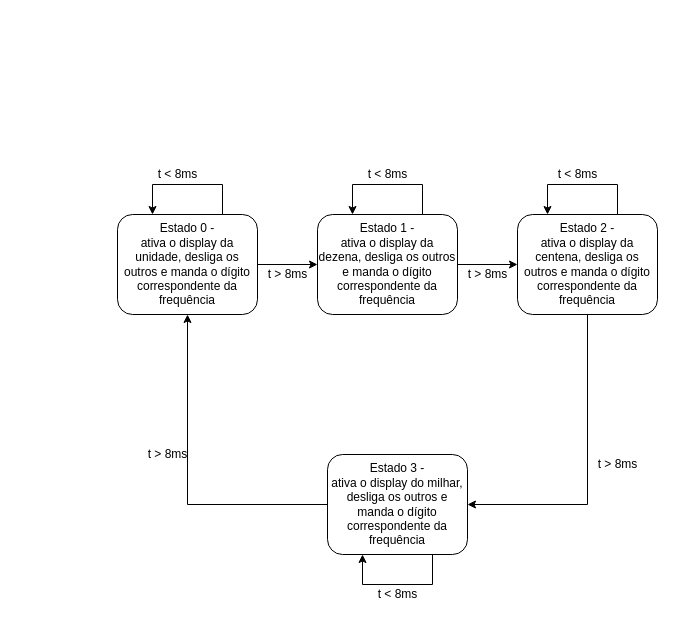
Before: Projeto 2/EA076_Fluxograma_atv5.drawio in GustavoFA/EA076_2022_1S, a draw.io diagram. Source tidied: cells renumbered, new cells numbered last; positions are measured from the earlier drawing's top-left corner, leaving out a move shared by most shapes. Both pictures are drawn from the tidied source at 100%, with x=0, y=0 at pixel (117, 184).
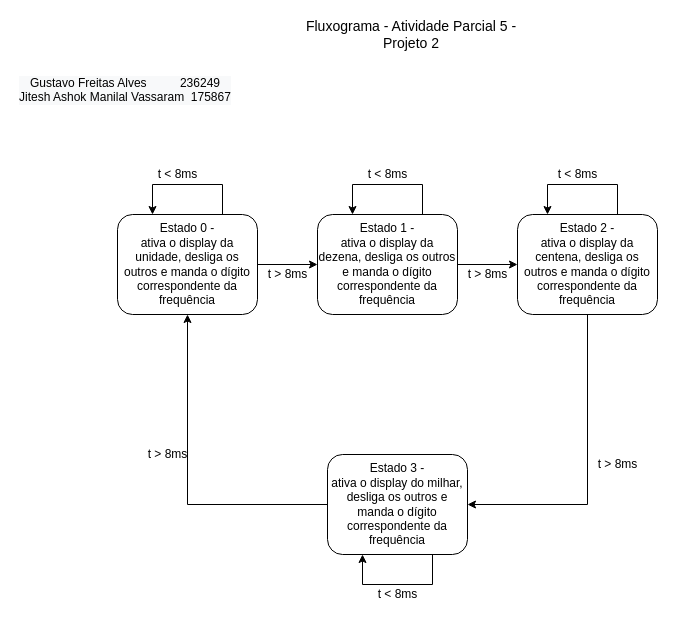
Above is the later version.

The edit, as a diff of the source:
```diff
@@
+    <mxCell id="14" value="&lt;div style=&quot;color: rgb(0, 0, 0); font-family: helvetica; font-size: 12px; font-style: normal; font-weight: 400; letter-spacing: normal; text-align: center; text-indent: 0px; text-transform: none; word-spacing: 0px; background-color: rgb(248, 249, 250);&quot;&gt;Gustavo Freitas Alves&amp;nbsp; &amp;nbsp; &amp;nbsp; &amp;nbsp; &amp;nbsp; 236249&lt;/div&gt;&lt;div style=&quot;color: rgb(0, 0, 0); font-family: helvetica; font-size: 12px; font-style: normal; font-weight: 400; letter-spacing: normal; text-align: center; text-indent: 0px; text-transform: none; word-spacing: 0px; background-color: rgb(248, 249, 250);&quot;&gt;Jitesh Ashok Manilal Vassaram&amp;nbsp; 175867&lt;/div&gt;" style="text;whiteSpace=wrap;html=1;" parent="1" vertex="1">
+      <mxGeometry x="-100" y="-115" width="240" height="40" as="geometry" />
+    </mxCell>
+    <mxCell id="15" value="&lt;font style=&quot;font-size: 14px&quot;&gt;Fluxograma - Atividade Parcial 5 - Projeto 2&lt;/font&gt;" style="text;html=1;strokeColor=none;fillColor=none;align=center;verticalAlign=middle;whiteSpace=wrap;rounded=0;" parent="1" vertex="1">
+      <mxGeometry x="187" y="-165" width="214" height="30" as="geometry" />
+    </mxCell>
```
